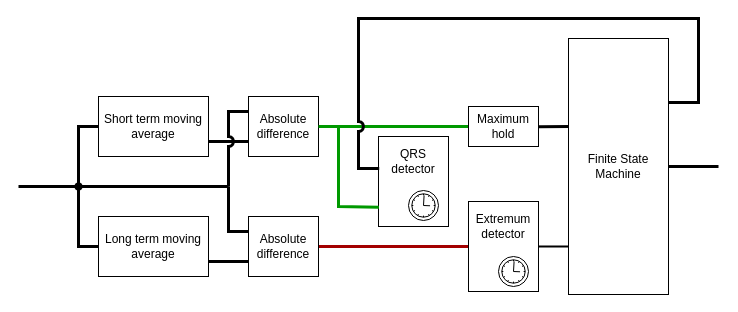
This is doc/drawio_diagrams/RPD_modules.drawio from jmat97/RPD22, a draw.io file, before an edit. Source tidied: cells renumbered, new cells numbered last; positions are measured from the earlier drawing's top-left corner, leaving out a move shared by most shapes. Both pictures are drawn from the tidied source at 100%, with x=0, y=0 at pixel (18, 18).
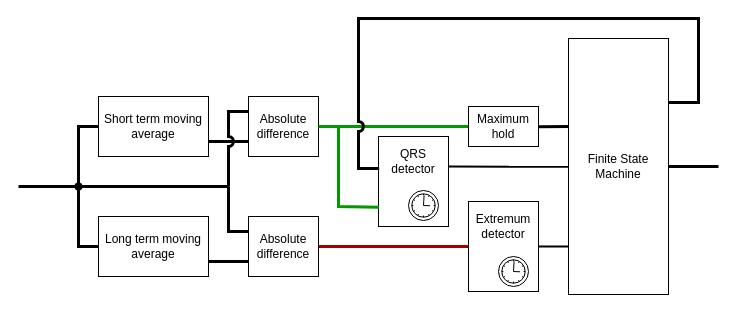
The same page after the edit.

Unchanged cells that the change refers to:
```xml
<mxCell id="13" value="QRS detector" style="rounded=0;whiteSpace=wrap;html=1;spacingBottom=40;" parent="1" vertex="1">
  <mxGeometry x="360" y="118" width="70" height="90" as="geometry" />
</mxCell>
<mxCell id="16" value="Finite State Machine" style="rounded=0;whiteSpace=wrap;html=1;" parent="1" vertex="1">
  <mxGeometry x="550" y="20" width="100" height="256" as="geometry" />
</mxCell>
```

What changed in the source:
```diff
@@
+    <mxCell id="28" style="endArrow=none;html=1;rounded=0;entryX=0;entryY=0.501;entryDx=0;entryDy=0;entryPerimeter=0;exitX=0.999;exitY=0.334;exitDx=0;exitDy=0;exitPerimeter=0;strokeWidth=2;" parent="1" edge="1" source="13" target="16">
+      <mxGeometry relative="1" as="geometry" />
+    </mxCell>
```
